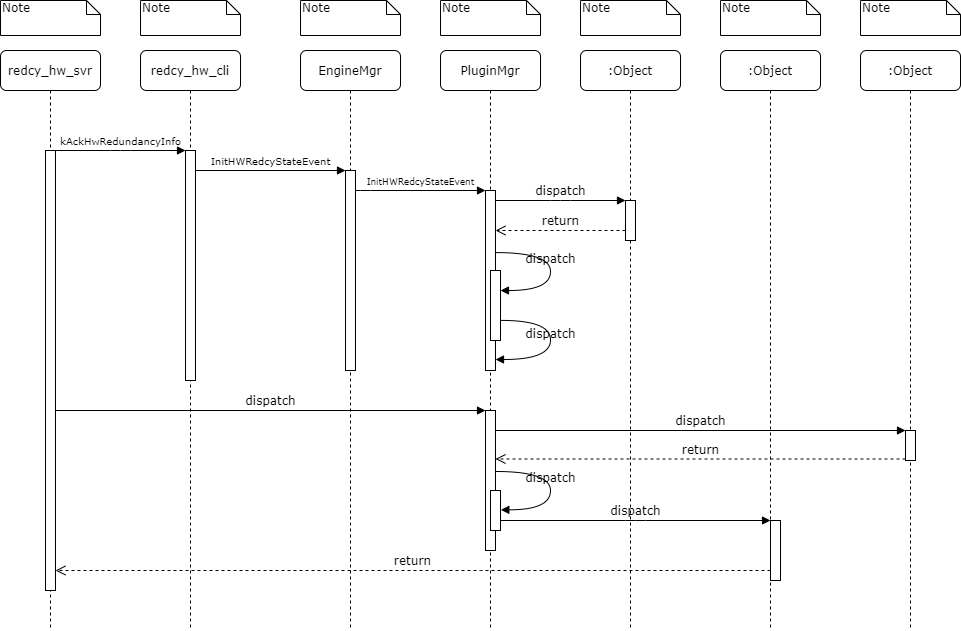
Before: UML/StartRedundancy.png, a diagram exported from draw.io (Steve888888/FN-Redundancy). Source tidied: cells renumbered, new cells last; positions are measured from the earlier drawing's top-left corner, leaving out a move shared by most shapes.
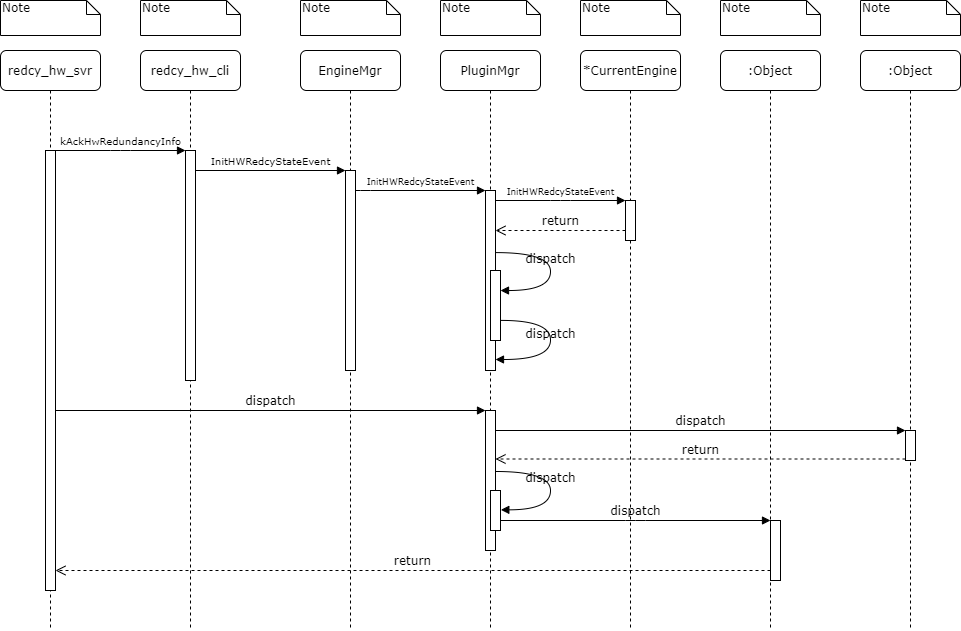
The same diagram one commit later.

Change to the diagram source:
```diff
@@ -17,7 +17,7 @@
     <mxCell id="6" value="PluginMgr" style="shape=umlLifeline;perimeter=lifelinePerimeter;whiteSpace=wrap;html=1;rounded=1;shadow=0;comic=0;labelBackgroundColor=none;strokeWidth=1;fontFamily=Verdana;fontSize=12;align=center;" parent="1" vertex="1">
       <mxGeometry x="440" y="50" width="100" height="580" as="geometry" />
     </mxCell>
-    <mxCell id="7" value=":Object" style="shape=umlLifeline;perimeter=lifelinePerimeter;whiteSpace=wrap;html=1;rounded=1;shadow=0;comic=0;labelBackgroundColor=none;strokeWidth=1;fontFamily=Verdana;fontSize=12;align=center;" parent="1" vertex="1">
+    <mxCell id="7" value="*CurrentEngine" style="shape=umlLifeline;perimeter=lifelinePerimeter;whiteSpace=wrap;html=1;rounded=1;shadow=0;comic=0;labelBackgroundColor=none;strokeWidth=1;fontFamily=Verdana;fontSize=12;align=center;" parent="1" vertex="1">
       <mxGeometry x="580" y="50" width="100" height="580" as="geometry" />
     </mxCell>
     <mxCell id="8" value=":Object" style="shape=umlLifeline;perimeter=lifelinePerimeter;whiteSpace=wrap;html=1;rounded=1;shadow=0;comic=0;labelBackgroundColor=none;strokeWidth=1;fontFamily=Verdana;fontSize=12;align=center;" parent="1" vertex="1">
@@ -45,7 +45,7 @@
     <mxCell id="14" style="html=1;points=[];perimeter=orthogonalPerimeter;rounded=0;shadow=0;comic=0;labelBackgroundColor=none;strokeWidth=1;fontFamily=Verdana;fontSize=12;align=center;" parent="1" vertex="1">
       <mxGeometry x="625" y="200" width="10" height="40" as="geometry" />
     </mxCell>
-    <mxCell id="15" value="dispatch" style="html=1;verticalAlign=bottom;endArrow=block;entryX=0;entryY=0;labelBackgroundColor=none;fontFamily=Verdana;fontSize=12;edgeStyle=elbowEdgeStyle;elbow=vertical;" parent="1" edge="1" source="12" target="14">
+    <mxCell id="15" value="&lt;span style=&quot;font-size: 9px&quot;&gt;InitHWRedcyStateEvent&lt;/span&gt;" style="html=1;verticalAlign=bottom;endArrow=block;entryX=0;entryY=0;labelBackgroundColor=none;fontFamily=Verdana;fontSize=12;edgeStyle=elbowEdgeStyle;elbow=vertical;" parent="1" edge="1" source="12" target="14">
       <mxGeometry relative="1" as="geometry" />
     </mxCell>
     <mxCell id="16" value="return" style="html=1;verticalAlign=bottom;endArrow=open;dashed=1;endSize=8;labelBackgroundColor=none;fontFamily=Verdana;fontSize=12;edgeStyle=elbowEdgeStyle;elbow=vertical;" parent="1" edge="1" source="14" target="12">
```
